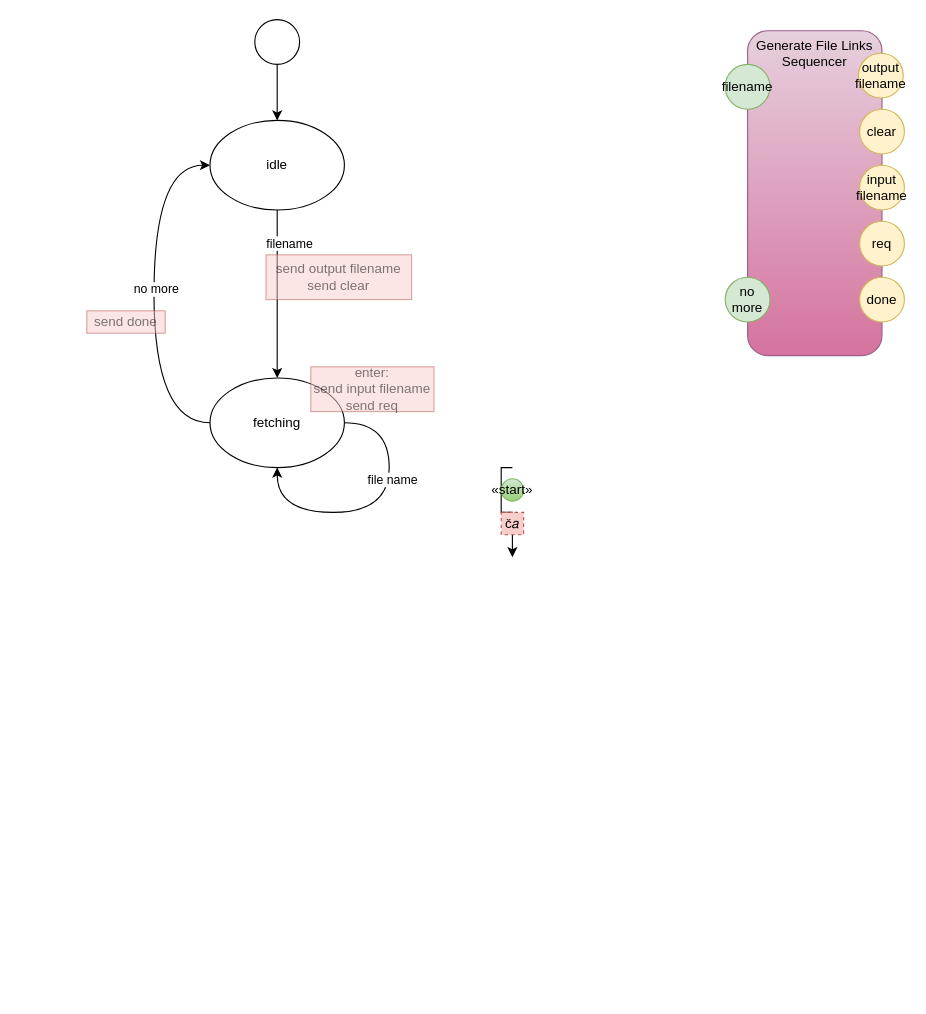
This is page "Generate File Links Sequencer" (4 of 15) of pm.drawio from guitarvydas/pypm, a draw.io file, before an edit. Source tidied: cells renumbered, new cells numbered last; positions are measured from the earlier drawing's top-left corner, leaving out a move shared by most shapes. Both pictures are drawn from the tidied source at 112%, with x=0, y=0 at pixel (86, 19).
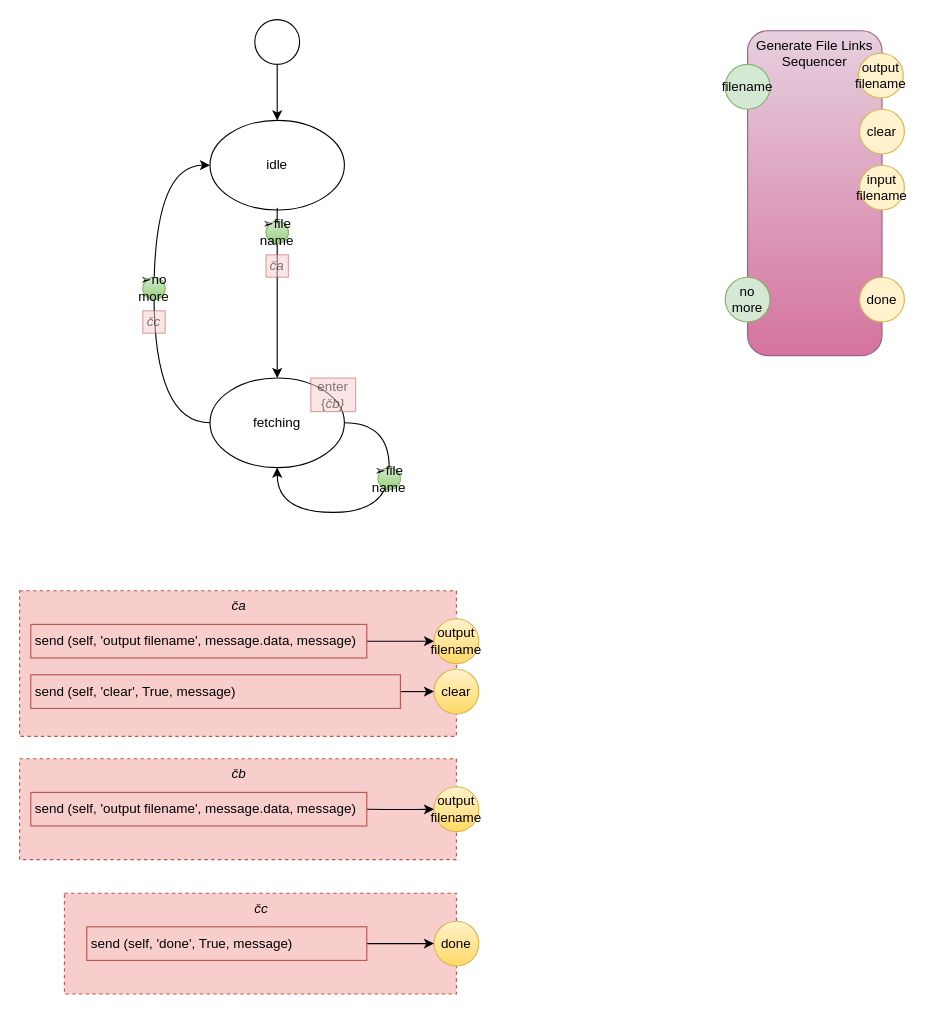
Above is the later version.

Unchanged cells that the change refers to:
```xml
<mxCell id="5" value="idle" style="ellipse;whiteSpace=wrap;html=1;" parent="1" vertex="1">
  <mxGeometry x="110" y="90" width="120" height="80" as="geometry" />
</mxCell>
<mxCell id="6" style="edgeStyle=orthogonalEdgeStyle;jettySize=auto;html=1;exitX=0;exitY=0.5;exitDx=0;exitDy=0;entryX=0;entryY=0.5;entryDx=0;entryDy=0;curved=1;" parent="1" edge="1" source="8" target="5">
  <mxGeometry relative="1" as="geometry">
    <Array as="points">
      <mxPoint x="60" y="360" />
      <mxPoint x="60" y="130" />
    </Array>
  </mxGeometry>
</mxCell>
<mxCell id="8" value="fetching" style="ellipse;whiteSpace=wrap;html=1;" parent="1" vertex="1">
  <mxGeometry x="110" y="320" width="120" height="80" as="geometry" />
</mxCell>
<mxCell id="11" style="edgeStyle=orthogonalEdgeStyle;orthogonalLoop=1;jettySize=auto;html=1;exitX=1;exitY=0.5;exitDx=0;exitDy=0;entryX=0.5;entryY=1;entryDx=0;entryDy=0;curved=1;" parent="1" edge="1" source="8" target="8">
  <mxGeometry relative="1" as="geometry">
    <Array as="points">
      <mxPoint x="270" y="360" />
      <mxPoint x="270" y="440" />
      <mxPoint x="170" y="440" />
    </Array>
  </mxGeometry>
</mxCell>
```

What changed in the source:
```diff
@@
-    <mxCell id="3" style="edgeStyle=orthogonalEdgeStyle;jettySize=auto;html=1;exitX=0.5;exitY=1;exitDx=0;exitDy=0;curved=1;" parent="1" edge="1" source="5" target="8">
+    <mxCell id="3" style="edgeStyle=orthogonalEdgeStyle;jettySize=auto;html=1;exitX=0.5;exitY=1;exitDx=0;exitDy=0;curved=1;startArrow=none;" parent="1" edge="1" source="27" target="8">
       <mxGeometry relative="1" as="geometry" />
     </mxCell>
-    <mxCell id="4" value="filename" style="edgeLabel;html=1;align=center;verticalAlign=middle;" parent="3" vertex="1">
-      <mxGeometry x="-0.12" y="1" relative="1" as="geometry">
-        <mxPoint x="9" y="-37" as="offset" />
-      </mxGeometry>
-    </mxCell>
@@
-    <mxCell id="7" value="no more" style="edgeLabel;html=1;align=center;verticalAlign=middle;" parent="6" vertex="1">
-      <mxGeometry x="0.03" y="-1" relative="1" as="geometry" />
-    </mxCell>
@@
-    <mxCell id="12" value="file name" style="edgeLabel;html=1;align=center;verticalAlign=middle;" parent="11" vertex="1">
-      <mxGeometry x="-0.31" y="2" relative="1" as="geometry" />
-    </mxCell>
-    <mxCell id="13" value="enter:&lt;br&gt;send input filename&lt;br&gt;send req" style="rounded=0;whiteSpace=wrap;html=1;fillColor=#f8cecc;strokeColor=#b85450;opacity=50;textOpacity=50;" parent="1" vertex="1">
-      <mxGeometry x="200" y="310" width="110" height="40" as="geometry" />
+    <mxCell id="13" value="enter&lt;br&gt;{&lt;span style=&quot;font-style: italic&quot;&gt;čb}&lt;/span&gt;" style="rounded=0;whiteSpace=wrap;html=1;fillColor=#f8cecc;strokeColor=#b85450;opacity=50;textOpacity=50;" parent="1" vertex="1">
+      <mxGeometry x="200" y="320" width="40" height="30" as="geometry" />
     </mxCell>
-    <mxCell id="14" value="send done" style="rounded=0;whiteSpace=wrap;html=1;fillColor=#f8cecc;strokeColor=#b85450;opacity=50;textOpacity=50;" parent="1" vertex="1">
-      <mxGeometry y="260" width="70" height="20" as="geometry" />
-    </mxCell>
-    <mxCell id="15" value="req" style="ellipse;whiteSpace=wrap;html=1;fillColor=#fff2cc;strokeColor=#d6b656;" parent="1" vertex="1">
-      <mxGeometry x="690" y="180" width="40" height="40" as="geometry" />
-    </mxCell>
@@
-    <mxCell id="22" value="send output filename&lt;br&gt;send clear" style="rounded=0;whiteSpace=wrap;html=1;fillColor=#f8cecc;strokeColor=#b85450;opacity=50;textOpacity=50;" parent="1" vertex="1">
-      <mxGeometry x="160" y="210" width="130" height="40" as="geometry" />
+    <mxCell id="22" value="&lt;span style=&quot;font-style: italic&quot;&gt;ča&lt;/span&gt;" style="rounded=0;whiteSpace=wrap;html=1;fillColor=#f8cecc;strokeColor=#b85450;opacity=50;textOpacity=50;" parent="1" vertex="1">
+      <mxGeometry x="160" y="210" width="20" height="20" as="geometry" />
     </mxCell>
-    <mxCell id="23" style="edgeStyle=orthogonalEdgeStyle;rounded=0;orthogonalLoop=1;jettySize=auto;html=1;exitX=0.5;exitY=1;exitDx=0;exitDy=0;" parent="1" edge="1">
-      <mxGeometry relative="1" as="geometry">
-        <mxPoint x="380" y="400" as="sourcePoint" />
-        <mxPoint x="380" y="480" as="targetPoint" />
-        <Array as="points">
-          <mxPoint x="370" y="400" />
-          <mxPoint x="370" y="440" />
-          <mxPoint x="380" y="440" />
-        </Array>
-      </mxGeometry>
-    </mxCell>
-    <mxCell id="24" value="«start»" style="ellipse;whiteSpace=wrap;html=1;fillColor=#d5e8d4;strokeColor=#82b366;gradientColor=#97d077;" parent="1" vertex="1">
-      <mxGeometry x="370" y="410" width="20" height="20" as="geometry" />
-    </mxCell>
-    <mxCell id="25" value="č𝑎" style="rounded=0;fillColor=#f8cecc;strokeColor=#b85450;whiteSpace=wrap;align=left;spacingLeft=2;dashed=1;" parent="1" vertex="1">
-      <mxGeometry x="370" y="440" width="20" height="20" as="geometry" />
-    </mxCell>
+    <mxCell id="26" value="➢file name" style="ellipse;whiteSpace=wrap;html=1;fillColor=#d5e8d4;strokeColor=#82b366;gradientColor=#97d077;" parent="1" vertex="1">
+      <mxGeometry x="260" y="400" width="20" height="20" as="geometry" />
+    </mxCell>
+    <mxCell id="27" value="➢file name" style="ellipse;whiteSpace=wrap;html=1;fillColor=#d5e8d4;strokeColor=#82b366;gradientColor=#97d077;" parent="1" vertex="1">
+      <mxGeometry x="160" y="180" width="20" height="20" as="geometry" />
+    </mxCell>
+    <mxCell id="28" style="edgeStyle=orthogonalEdgeStyle;jettySize=auto;html=1;exitX=0.5;exitY=1;exitDx=0;exitDy=0;curved=1;endArrow=none;" parent="1" edge="1" source="5" target="27">
+      <mxGeometry relative="1" as="geometry" />
+    </mxCell>
+    <mxCell id="29" value="➢no more" style="ellipse;whiteSpace=wrap;html=1;fillColor=#d5e8d4;strokeColor=#82b366;gradientColor=#97d077;" parent="1" vertex="1">
+      <mxGeometry x="50" y="230" width="20" height="20" as="geometry" />
+    </mxCell>
+    <mxCell id="30" value="ča" style="rounded=0;fillColor=#f8cecc;strokeColor=#b85450;whiteSpace=wrap;align=center;spacingLeft=2;dashed=1;verticalAlign=top;fontStyle=2;" parent="1" vertex="1">
+      <mxGeometry x="-60" y="510" width="390" height="130" as="geometry" />
+    </mxCell>
+    <mxCell id="31" value="output filename" style="ellipse;whiteSpace=wrap;html=1;fillColor=#fff2cc;strokeColor=#d6b656;gradientColor=#ffd966;" parent="1" vertex="1">
+      <mxGeometry x="310" y="535" width="40" height="40" as="geometry" />
+    </mxCell>
+    <mxCell id="32" style="edgeStyle=orthogonalEdgeStyle;curved=1;jettySize=auto;html=1;exitX=1;exitY=0.5;exitDx=0;exitDy=0;entryX=0;entryY=0.5;entryDx=0;entryDy=0;" parent="1" edge="1" source="33" target="31">
+      <mxGeometry relative="1" as="geometry" />
+    </mxCell>
+    <mxCell id="33" value="send (self, 'output filename', message.data, message)" style="rounded=0;fillColor=#f8cecc;strokeColor=#b85450;whiteSpace=wrap;align=left;spacingLeft=2;" parent="1" vertex="1">
+      <mxGeometry x="-50" y="540" width="300" height="30" as="geometry" />
+    </mxCell>
+    <mxCell id="34" value="clear" style="ellipse;whiteSpace=wrap;html=1;fillColor=#fff2cc;strokeColor=#d6b656;gradientColor=#ffd966;" parent="1" vertex="1">
+      <mxGeometry x="310" y="580" width="40" height="40" as="geometry" />
+    </mxCell>
+    <mxCell id="35" style="edgeStyle=orthogonalEdgeStyle;curved=1;jettySize=auto;html=1;exitX=1;exitY=0.5;exitDx=0;exitDy=0;entryX=0;entryY=0.5;entryDx=0;entryDy=0;" parent="1" edge="1" source="36" target="34">
+      <mxGeometry relative="1" as="geometry" />
+    </mxCell>
+    <mxCell id="36" value="send (self, 'clear', True, message)" style="rounded=0;fillColor=#f8cecc;strokeColor=#b85450;whiteSpace=wrap;align=left;spacingLeft=2;" parent="1" vertex="1">
+      <mxGeometry x="-50" y="585" width="330" height="30" as="geometry" />
+    </mxCell>
+    <mxCell id="37" value="čb" style="rounded=0;fillColor=#f8cecc;strokeColor=#b85450;whiteSpace=wrap;align=center;spacingLeft=2;dashed=1;verticalAlign=top;fontStyle=2;" parent="1" vertex="1">
+      <mxGeometry x="-60" y="660" width="390" height="90" as="geometry" />
+    </mxCell>
+    <mxCell id="38" value="output filename" style="ellipse;whiteSpace=wrap;html=1;fillColor=#fff2cc;strokeColor=#d6b656;gradientColor=#ffd966;" parent="1" vertex="1">
+      <mxGeometry x="310" y="685" width="40" height="40" as="geometry" />
+    </mxCell>
+    <mxCell id="39" style="edgeStyle=orthogonalEdgeStyle;curved=1;jettySize=auto;html=1;exitX=1;exitY=0.5;exitDx=0;exitDy=0;entryX=0;entryY=0.5;entryDx=0;entryDy=0;" parent="1" edge="1" target="38">
+      <mxGeometry relative="1" as="geometry">
+        <mxPoint x="250" y="705" as="sourcePoint" />
+      </mxGeometry>
+    </mxCell>
+    <mxCell id="40" value="čc" style="rounded=0;fillColor=#f8cecc;strokeColor=#b85450;whiteSpace=wrap;align=center;spacingLeft=2;dashed=1;verticalAlign=top;fontStyle=2;" parent="1" vertex="1">
+      <mxGeometry x="-20" y="780" width="350" height="90" as="geometry" />
+    </mxCell>
+    <mxCell id="41" value="done" style="ellipse;whiteSpace=wrap;html=1;fillColor=#fff2cc;strokeColor=#d6b656;gradientColor=#ffd966;" parent="1" vertex="1">
+      <mxGeometry x="310" y="805" width="40" height="40" as="geometry" />
+    </mxCell>
+    <mxCell id="42" style="edgeStyle=orthogonalEdgeStyle;curved=1;jettySize=auto;html=1;exitX=1;exitY=0.5;exitDx=0;exitDy=0;entryX=0;entryY=0.5;entryDx=0;entryDy=0;" parent="1" edge="1" source="43" target="41">
+      <mxGeometry relative="1" as="geometry" />
+    </mxCell>
+    <mxCell id="43" value="send (self, 'done', True, message)" style="rounded=0;fillColor=#f8cecc;strokeColor=#b85450;whiteSpace=wrap;align=left;spacingLeft=2;" parent="1" vertex="1">
+      <mxGeometry y="810" width="250" height="30" as="geometry" />
+    </mxCell>
+    <mxCell id="44" value="&lt;span style=&quot;font-style: italic&quot;&gt;čc&lt;/span&gt;" style="rounded=0;whiteSpace=wrap;html=1;fillColor=#f8cecc;strokeColor=#b85450;opacity=50;textOpacity=50;" parent="1" vertex="1">
+      <mxGeometry x="50" y="260" width="20" height="20" as="geometry" />
+    </mxCell>
+    <mxCell id="45" value="send (self, 'output filename', message.data, message)" style="rounded=0;fillColor=#f8cecc;strokeColor=#b85450;whiteSpace=wrap;align=left;spacingLeft=2;" parent="1" vertex="1">
+      <mxGeometry x="-50" y="690" width="300" height="30" as="geometry" />
+    </mxCell>
```
